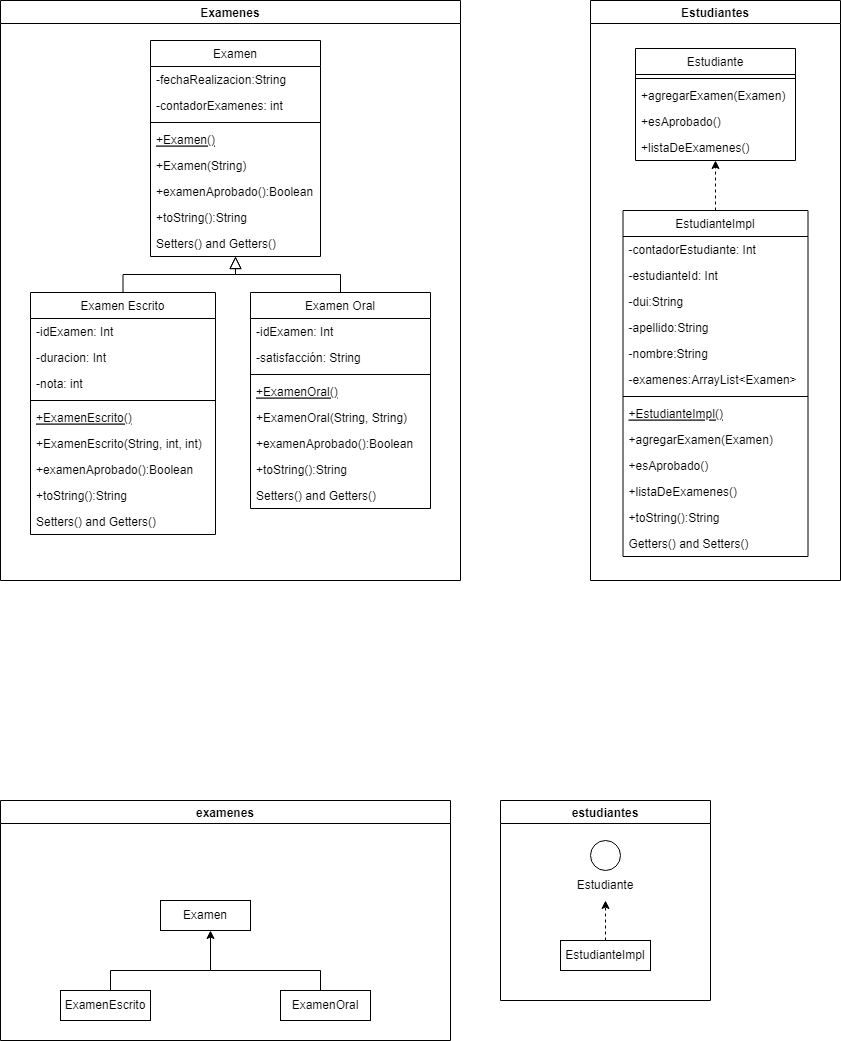
Before: PrimeraEvaluacion.drawio.png, a diagram exported from draw.io (RIADAPLE/1erExamenCursoBackend). Source tidied: cells renumbered, new cells last; positions are measured from the earlier drawing's top-left corner, leaving out a move shared by most shapes.
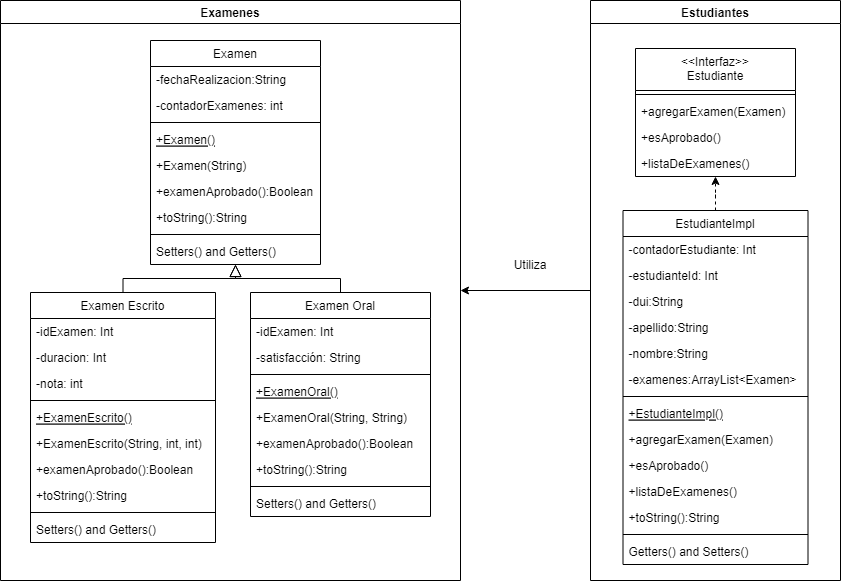
After the commit.

The edit, as a diff of the source:
```diff
@@ -6,7 +6,7 @@
       <mxGeometry width="460" height="580" as="geometry" />
     </mxCell>
     <mxCell id="3" value="Examen" style="swimlane;fontStyle=0;align=center;verticalAlign=top;horizontal=1;startSize=26;rounded=0;shadow=0;strokeWidth=1;" parent="2" vertex="1">
-      <mxGeometry x="150" y="40" width="170" height="216" as="geometry" />
+      <mxGeometry x="150" y="40" width="170" height="224" as="geometry" />
     </mxCell>
     <mxCell id="4" value="-fechaRealizacion:String" style="text;align=left;verticalAlign=top;spacingLeft=4;spacingRight=4;overflow=hidden;" parent="3" vertex="1">
       <mxGeometry y="26" width="170" height="26" as="geometry" />
@@ -29,11 +29,14 @@
     <mxCell id="10" value="+toString():String" style="text;align=left;verticalAlign=top;spacingLeft=4;spacingRight=4;overflow=hidden;" parent="3" vertex="1">
       <mxGeometry y="164" width="170" height="26" as="geometry" />
     </mxCell>
+    <mxCell id="68" style="line;html=1;strokeWidth=1;align=left;verticalAlign=middle;spacingTop=-1;spacingLeft=3;spacingRight=3;labelPosition=right;" parent="3" vertex="1">
+      <mxGeometry y="190" width="170" height="8" as="geometry" />
+    </mxCell>
     <mxCell id="11" value="Setters() and Getters()" style="text;align=left;verticalAlign=top;spacingLeft=4;spacingRight=4;overflow=hidden;" parent="3" vertex="1">
-      <mxGeometry y="190" width="170" height="26" as="geometry" />
+      <mxGeometry y="198" width="170" height="26" as="geometry" />
     </mxCell>
     <mxCell id="12" value="Examen Escrito" style="swimlane;fontStyle=0;align=center;verticalAlign=top;horizontal=1;startSize=26;rounded=0;shadow=0;strokeWidth=1;" parent="2" vertex="1">
-      <mxGeometry x="30" y="292" width="185" height="242" as="geometry" />
+      <mxGeometry x="30" y="292" width="185" height="250" as="geometry" />
     </mxCell>
     <mxCell id="13" value="-idExamen: Int" style="text;align=left;verticalAlign=top;spacingLeft=4;spacingRight=4;overflow=hidden;" parent="12" vertex="1">
       <mxGeometry y="26" width="185" height="26" as="geometry" />
@@ -59,14 +62,17 @@
     <mxCell id="20" value="+toString():String" style="text;align=left;verticalAlign=top;spacingLeft=4;spacingRight=4;overflow=hidden;" parent="12" vertex="1">
       <mxGeometry y="190" width="185" height="26" as="geometry" />
     </mxCell>
+    <mxCell id="69" style="line;html=1;strokeWidth=1;align=left;verticalAlign=middle;spacingTop=-1;spacingLeft=3;spacingRight=3;labelPosition=right;" parent="12" vertex="1">
+      <mxGeometry y="216" width="185" height="8" as="geometry" />
+    </mxCell>
     <mxCell id="21" value="Setters() and Getters()" style="text;align=left;verticalAlign=top;spacingLeft=4;spacingRight=4;overflow=hidden;" parent="12" vertex="1">
-      <mxGeometry y="216" width="185" height="26" as="geometry" />
+      <mxGeometry y="224" width="185" height="26" as="geometry" />
     </mxCell>
     <mxCell id="22" style="endArrow=block;endSize=10;endFill=0;shadow=0;strokeWidth=1;rounded=0;edgeStyle=elbowEdgeStyle;elbow=vertical;" parent="2" edge="1" source="12" target="3">
       <mxGeometry relative="1" as="geometry" />
     </mxCell>
     <mxCell id="23" value="Examen Oral" style="swimlane;fontStyle=0;align=center;verticalAlign=top;horizontal=1;startSize=26;rounded=0;shadow=0;strokeWidth=1;" parent="2" vertex="1">
-      <mxGeometry x="250" y="292" width="180" height="216" as="geometry" />
+      <mxGeometry x="250" y="292" width="180" height="224" as="geometry" />
     </mxCell>
     <mxCell id="24" value="-idExamen: Int" style="text;align=left;verticalAlign=top;spacingLeft=4;spacingRight=4;overflow=hidden;" parent="23" vertex="1">
       <mxGeometry y="26" width="180" height="26" as="geometry" />
@@ -89,12 +95,18 @@
     <mxCell id="30" value="+toString():String" style="text;align=left;verticalAlign=top;spacingLeft=4;spacingRight=4;overflow=hidden;" parent="23" vertex="1">
       <mxGeometry y="164" width="180" height="26" as="geometry" />
     </mxCell>
+    <mxCell id="70" style="line;html=1;strokeWidth=1;align=left;verticalAlign=middle;spacingTop=-1;spacingLeft=3;spacingRight=3;labelPosition=right;" parent="23" vertex="1">
+      <mxGeometry y="190" width="180" height="8" as="geometry" />
+    </mxCell>
     <mxCell id="31" value="Setters() and Getters()" style="text;align=left;verticalAlign=top;spacingLeft=4;spacingRight=4;overflow=hidden;" parent="23" vertex="1">
-      <mxGeometry y="190" width="180" height="26" as="geometry" />
+      <mxGeometry y="198" width="180" height="26" as="geometry" />
     </mxCell>
     <mxCell id="32" style="endArrow=block;endSize=10;endFill=0;shadow=0;strokeWidth=1;rounded=0;edgeStyle=elbowEdgeStyle;elbow=vertical;" parent="2" edge="1" source="23" target="3">
       <mxGeometry relative="1" as="geometry" />
     </mxCell>
+    <mxCell id="71" style="edgeStyle=orthogonalEdgeStyle;rounded=0;jettySize=auto;html=1;exitX=0;exitY=0.5;exitDx=0;exitDy=0;entryX=1;entryY=0.5;entryDx=0;entryDy=0;" parent="1" edge="1" source="33" target="2">
+      <mxGeometry relative="1" as="geometry" />
+    </mxCell>
     <mxCell id="33" value="Estudiantes" style="swimlane;" parent="1" vertex="1">
       <mxGeometry x="590" width="250" height="580" as="geometry" />
     </mxCell>
@@ -102,7 +114,7 @@
       <mxGeometry relative="1" as="geometry" />
     </mxCell>
     <mxCell id="35" value="EstudianteImpl" style="swimlane;fontStyle=0;align=center;verticalAlign=top;horizontal=1;startSize=26;rounded=0;shadow=0;strokeWidth=1;" parent="33" vertex="1">
-      <mxGeometry x="32.5" y="210" width="185" height="346" as="geometry" />
+      <mxGeometry x="32.5" y="210" width="185" height="354" as="geometry" />
     </mxCell>
     <mxCell id="36" value="-contadorEstudiante: Int" style="text;align=left;verticalAlign=top;spacingLeft=4;spacingRight=4;overflow=hidden;" parent="35" vertex="1">
       <mxGeometry y="26" width="185" height="26" as="geometry" />
@@ -140,80 +152,29 @@
     <mxCell id="47" value="+toString():String" style="text;align=left;verticalAlign=top;spacingLeft=4;spacingRight=4;overflow=hidden;" parent="35" vertex="1">
       <mxGeometry y="294" width="185" height="26" as="geometry" />
     </mxCell>
+    <mxCell id="72" style="line;html=1;strokeWidth=1;align=left;verticalAlign=middle;spacingTop=-1;spacingLeft=3;spacingRight=3;labelPosition=right;" parent="35" vertex="1">
+      <mxGeometry y="320" width="185" height="8" as="geometry" />
+    </mxCell>
     <mxCell id="48" value="Getters() and Setters()" style="text;align=left;verticalAlign=top;spacingLeft=4;spacingRight=4;overflow=hidden;" parent="35" vertex="1">
-      <mxGeometry y="320" width="185" height="26" as="geometry" />
+      <mxGeometry y="328" width="185" height="26" as="geometry" />
     </mxCell>
-    <mxCell id="49" value="Estudiante" style="swimlane;fontStyle=0;align=center;verticalAlign=top;horizontal=1;startSize=26;rounded=0;shadow=0;strokeWidth=1;" parent="33" vertex="1">
-      <mxGeometry x="45" y="48" width="160" height="112" as="geometry" />
+    <mxCell id="49" value="&lt;&lt;Interfaz&gt;&gt; &#10;Estudiante" style="swimlane;fontStyle=0;align=center;verticalAlign=top;horizontal=1;startSize=42;rounded=0;shadow=0;strokeWidth=1;" parent="33" vertex="1">
+      <mxGeometry x="45" y="48" width="160" height="128" as="geometry" />
     </mxCell>
     <mxCell id="50" style="line;html=1;strokeWidth=1;align=left;verticalAlign=middle;spacingTop=-1;spacingLeft=3;spacingRight=3;labelPosition=right;" parent="49" vertex="1">
-      <mxGeometry y="26" width="160" height="8" as="geometry" />
+      <mxGeometry y="42" width="160" height="8" as="geometry" />
     </mxCell>
     <mxCell id="51" value="+agregarExamen(Examen)" style="text;align=left;verticalAlign=top;spacingLeft=4;spacingRight=4;overflow=hidden;fontStyle=0;" parent="49" vertex="1">
-      <mxGeometry y="34" width="160" height="26" as="geometry" />
+      <mxGeometry y="50" width="160" height="26" as="geometry" />
     </mxCell>
     <mxCell id="52" value="+esAprobado()" style="text;align=left;verticalAlign=top;spacingLeft=4;spacingRight=4;overflow=hidden;" parent="49" vertex="1">
-      <mxGeometry y="60" width="160" height="26" as="geometry" />
+      <mxGeometry y="76" width="160" height="26" as="geometry" />
     </mxCell>
     <mxCell id="53" value="+listaDeExamenes()" style="text;align=left;verticalAlign=top;spacingLeft=4;spacingRight=4;overflow=hidden;" parent="49" vertex="1">
-      <mxGeometry y="86" width="160" height="26" as="geometry" />
+      <mxGeometry y="102" width="160" height="26" as="geometry" />
     </mxCell>
-    <mxCell id="54" value="examenes" style="swimlane;" parent="1" vertex="1">
-      <mxGeometry y="800" width="450" height="240" as="geometry" />
-    </mxCell>
-    <mxCell id="55" style="endArrow=classic;html=1;rounded=0;" parent="54" edge="1">
-      <mxGeometry relative="1" as="geometry">
-        <mxPoint x="210" y="170" as="sourcePoint" />
-        <mxPoint x="210" y="130" as="targetPoint" />
-      </mxGeometry>
-    </mxCell>
-    <mxCell id="56" style="endArrow=none;html=1;rounded=0;endFill=0;" parent="54" edge="1">
-      <mxGeometry relative="1" as="geometry">
-        <mxPoint x="210" y="170" as="sourcePoint" />
-        <mxPoint x="110" y="170" as="targetPoint" />
-      </mxGeometry>
-    </mxCell>
-    <mxCell id="57" style="endArrow=none;html=1;rounded=0;endFill=0;" parent="54" edge="1">
-      <mxGeometry relative="1" as="geometry">
-        <mxPoint x="110" y="190" as="sourcePoint" />
-        <mxPoint x="110" y="170" as="targetPoint" />
-      </mxGeometry>
-    </mxCell>
-    <mxCell id="58" style="endArrow=none;html=1;rounded=0;endFill=0;" parent="54" edge="1">
-      <mxGeometry relative="1" as="geometry">
-        <mxPoint x="320" y="190" as="sourcePoint" />
-        <mxPoint x="320" y="170" as="targetPoint" />
-      </mxGeometry>
-    </mxCell>
-    <mxCell id="59" value="ExamenEscrito" style="rounded=0;whiteSpace=wrap;html=1;" parent="54" vertex="1">
-      <mxGeometry x="60" y="190" width="90" height="30" as="geometry" />
-    </mxCell>
-    <mxCell id="60" value="ExamenOral" style="rounded=0;whiteSpace=wrap;html=1;" parent="54" vertex="1">
-      <mxGeometry x="280" y="190" width="90" height="30" as="geometry" />
-    </mxCell>
-    <mxCell id="61" value="Examen" style="rounded=0;whiteSpace=wrap;html=1;" parent="54" vertex="1">
-      <mxGeometry x="160" y="100" width="90" height="30" as="geometry" />
-    </mxCell>
-    <mxCell id="62" style="endArrow=none;html=1;rounded=0;endFill=0;" parent="1" edge="1">
-      <mxGeometry relative="1" as="geometry">
-        <mxPoint x="320" y="970" as="sourcePoint" />
-        <mxPoint x="210" y="970" as="targetPoint" />
-      </mxGeometry>
-    </mxCell>
-    <mxCell id="63" value="estudiantes" style="swimlane;" parent="1" vertex="1">
-      <mxGeometry x="500" y="800" width="210" height="200" as="geometry" />
-    </mxCell>
-    <mxCell id="64" style="edgeStyle=orthogonalEdgeStyle;rounded=0;jettySize=auto;html=1;exitX=0.5;exitY=0;exitDx=0;exitDy=0;entryX=0.5;entryY=1;entryDx=0;entryDy=0;dashed=1;" parent="63" edge="1" source="65" target="67">
-      <mxGeometry relative="1" as="geometry" />
-    </mxCell>
-    <mxCell id="65" value="EstudianteImpl" style="rounded=0;whiteSpace=wrap;html=1;" parent="63" vertex="1">
-      <mxGeometry x="60" y="140" width="90" height="30" as="geometry" />
-    </mxCell>
-    <mxCell id="66" style="ellipse;whiteSpace=wrap;html=1;" parent="63" vertex="1">
-      <mxGeometry x="90" y="40" width="30" height="30" as="geometry" />
-    </mxCell>
-    <mxCell id="67" value="Estudiante" style="text;html=1;strokeColor=none;fillColor=none;align=center;verticalAlign=middle;whiteSpace=wrap;rounded=0;" parent="63" vertex="1">
-      <mxGeometry x="75" y="70" width="60" height="30" as="geometry" />
-    </mxCell>
+    <mxCell id="73" value="Utiliza" style="text;html=1;strokeColor=none;fillColor=none;align=center;verticalAlign=middle;whiteSpace=wrap;rounded=0;" parent="1" vertex="1">
+      <mxGeometry x="500" y="250" width="60" height="30" as="geometry" />
+    </mxCell>
   </root>
 </mxGraphModel>
```
